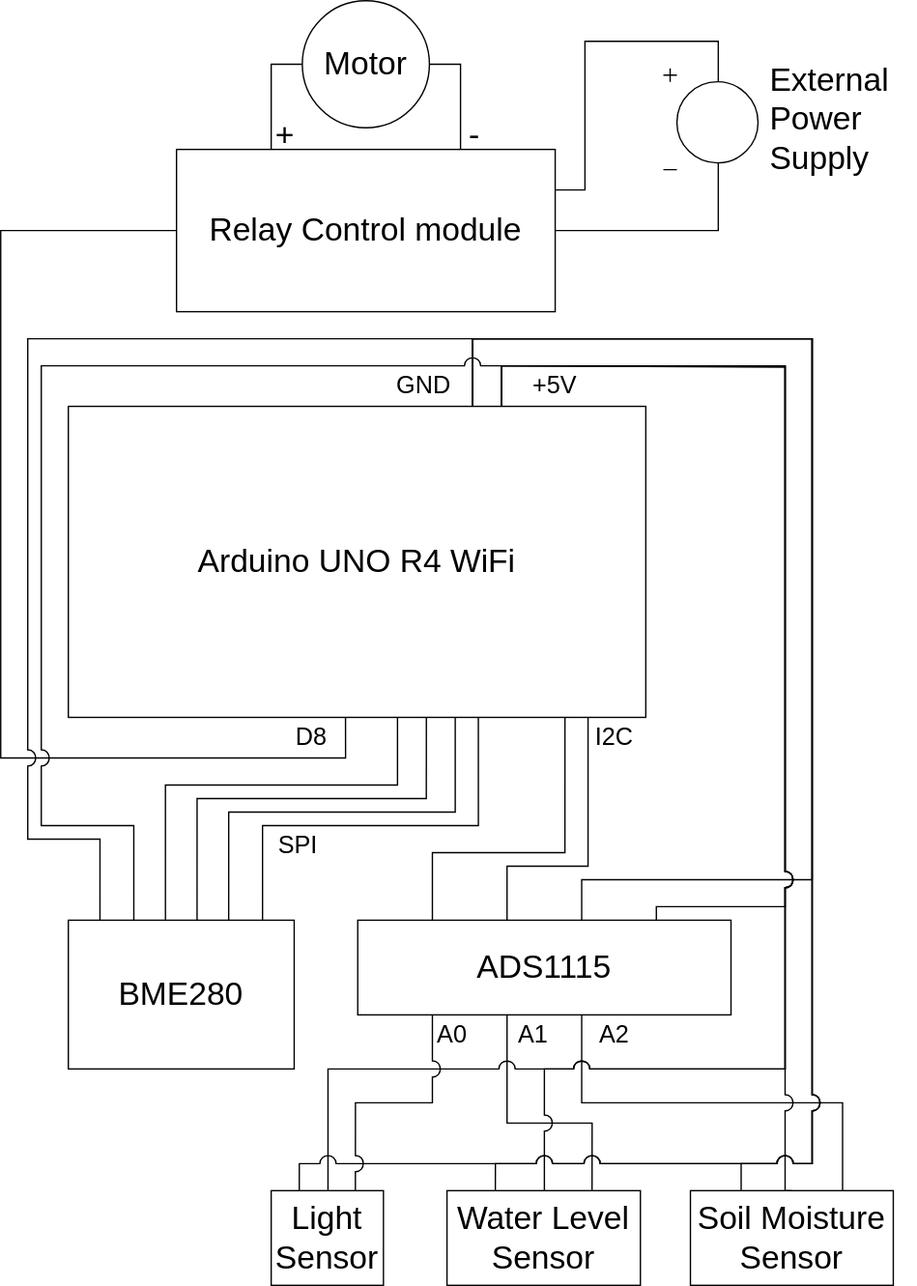
Above: edge_circuits.svg in AlbertYHsC/swps_edge (draw.io), before the change. Source tidied: cells renumbered, new cells last; positions are measured from the earlier drawing's top-left corner, leaving out a move shared by most shapes.
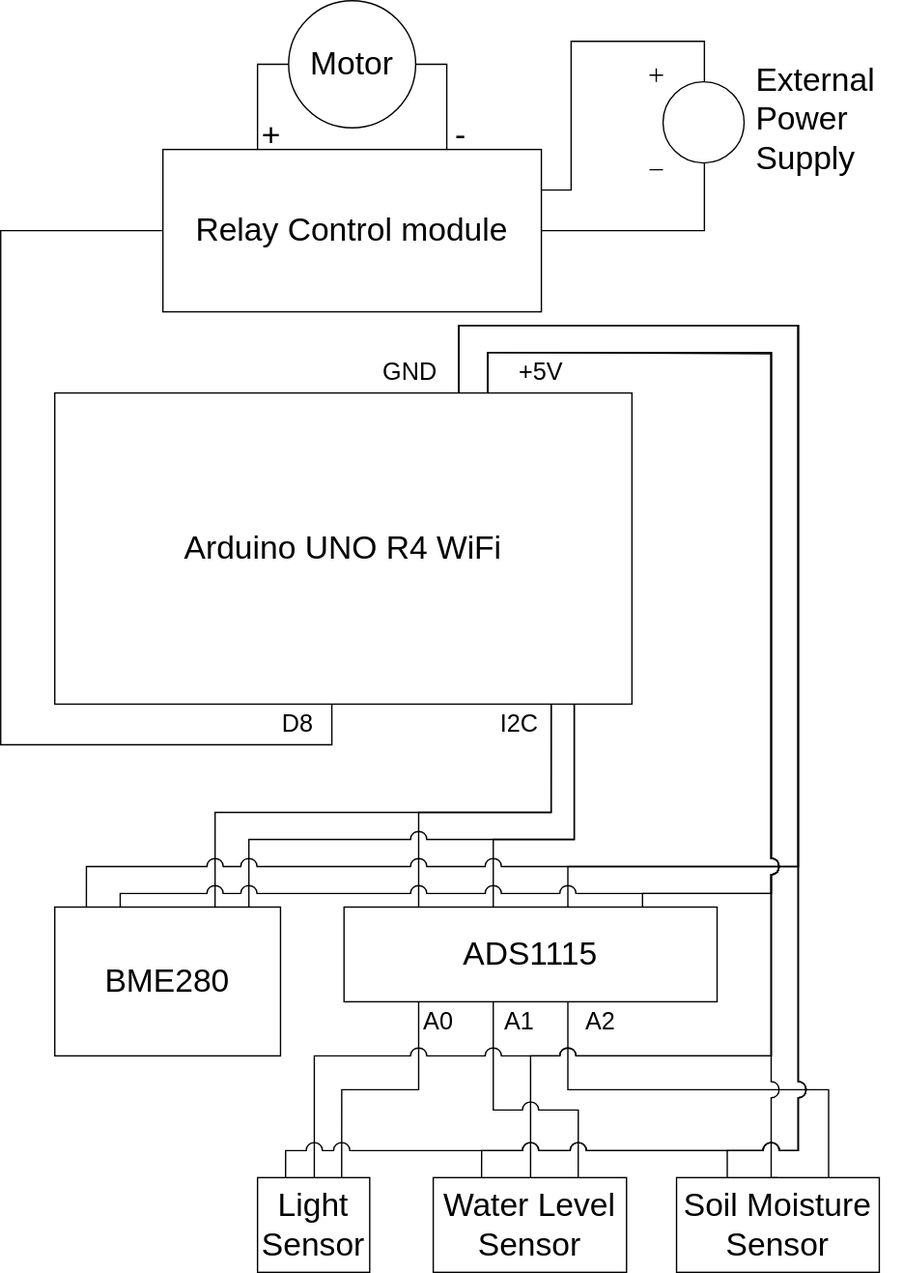
The same diagram one commit later.

What changed in the source:
```diff
@@ -2,14 +2,6 @@
   <root>
     <mxCell id="0" />
     <mxCell id="1" parent="0" />
-    <mxCell id="2" style="edgeStyle=orthogonalEdgeStyle;rounded=0;jettySize=auto;html=1;exitX=0.4;exitY=1;exitDx=0;exitDy=0;exitPerimeter=0;entryX=0.75;entryY=0;entryDx=0;entryDy=0;endArrow=none;endFill=0;jumpStyle=arc;jumpSize=12;" parent="1" edge="1" source="19" target="22">
-      <mxGeometry relative="1" as="geometry">
-        <Array as="points">
-          <mxPoint x="374" y="830" />
-          <mxPoint x="437" y="830" />
-        </Array>
-      </mxGeometry>
-    </mxCell>
     <mxCell id="3" style="edgeStyle=orthogonalEdgeStyle;rounded=0;jettySize=auto;html=1;entryX=0.75;entryY=0;entryDx=0;entryDy=0;endArrow=none;endFill=0;exitX=0.6;exitY=1;exitDx=0;exitDy=0;exitPerimeter=0;jumpStyle=arc;jumpSize=12;" parent="1" edge="1" source="19" target="21">
       <mxGeometry relative="1" as="geometry" />
     </mxCell>
@@ -17,8 +9,8 @@
       <mxGeometry relative="1" as="geometry">
         <Array as="points">
           <mxPoint x="255" y="560" />
-          <mxPoint y="560" />
-          <mxPoint y="170" />
+          <mxPoint x="10" y="560" />
+          <mxPoint x="10" y="180" />
         </Array>
       </mxGeometry>
     </mxCell>
@@ -42,6 +34,24 @@
         </Array>
       </mxGeometry>
     </mxCell>
+    <mxCell id="8" style="edgeStyle=orthogonalEdgeStyle;rounded=0;jettySize=auto;html=1;exitX=0.75;exitY=0;exitDx=0;exitDy=0;exitPerimeter=0;endArrow=none;endFill=0;jumpStyle=arc;jumpSize=12;" parent="1" edge="1" source="12" target="22">
+      <mxGeometry relative="1" as="geometry">
+        <Array as="points">
+          <mxPoint x="370" y="270" />
+          <mxPoint x="580" y="270" />
+          <mxPoint x="580" y="790" />
+          <mxPoint x="402" y="790" />
+        </Array>
+      </mxGeometry>
+    </mxCell>
+    <mxCell id="2" style="edgeStyle=orthogonalEdgeStyle;rounded=0;jettySize=auto;html=1;exitX=0.4;exitY=1;exitDx=0;exitDy=0;exitPerimeter=0;entryX=0.75;entryY=0;entryDx=0;entryDy=0;endArrow=none;endFill=0;jumpStyle=arc;jumpSize=12;" parent="1" edge="1" source="19" target="22">
+      <mxGeometry relative="1" as="geometry">
+        <Array as="points">
+          <mxPoint x="374" y="830" />
+          <mxPoint x="437" y="830" />
+        </Array>
+      </mxGeometry>
+    </mxCell>
     <mxCell id="7" style="edgeStyle=orthogonalEdgeStyle;rounded=0;jettySize=auto;html=1;exitX=0.7;exitY=0;exitDx=0;exitDy=0;exitPerimeter=0;entryX=0.25;entryY=0;entryDx=0;entryDy=0;jumpStyle=arc;jumpSize=12;endArrow=none;endFill=0;" parent="1" edge="1" source="12" target="21">
       <mxGeometry relative="1" as="geometry">
         <Array as="points">
@@ -52,16 +62,6 @@
         </Array>
       </mxGeometry>
     </mxCell>
-    <mxCell id="8" style="edgeStyle=orthogonalEdgeStyle;rounded=0;jettySize=auto;html=1;exitX=0.75;exitY=0;exitDx=0;exitDy=0;exitPerimeter=0;endArrow=none;endFill=0;jumpStyle=arc;jumpSize=12;" parent="1" edge="1" source="12" target="22">
-      <mxGeometry relative="1" as="geometry">
-        <Array as="points">
-          <mxPoint x="370" y="270" />
-          <mxPoint x="580" y="270" />
-          <mxPoint x="580" y="790" />
-          <mxPoint x="402" y="790" />
-        </Array>
-      </mxGeometry>
-    </mxCell>
     <mxCell id="9" style="edgeStyle=orthogonalEdgeStyle;rounded=0;jettySize=auto;html=1;exitX=0.7;exitY=0;exitDx=0;exitDy=0;exitPerimeter=0;entryX=0.25;entryY=0;entryDx=0;entryDy=0;jumpStyle=arc;endArrow=none;endFill=0;jumpSize=12;" parent="1" edge="1" source="12" target="22">
       <mxGeometry relative="1" as="geometry">
         <Array as="points">
@@ -72,6 +72,9 @@
         </Array>
       </mxGeometry>
     </mxCell>
+    <mxCell id="18" style="edgeStyle=orthogonalEdgeStyle;rounded=0;jettySize=auto;html=1;exitX=0.2;exitY=1;exitDx=0;exitDy=0;exitPerimeter=0;entryX=0.75;entryY=0;entryDx=0;entryDy=0;endArrow=none;endFill=0;jumpStyle=arc;jumpSize=12;" parent="1" edge="1" source="19" target="20">
+      <mxGeometry relative="1" as="geometry" />
+    </mxCell>
     <mxCell id="10" style="edgeStyle=orthogonalEdgeStyle;rounded=0;jettySize=auto;html=1;exitX=0.75;exitY=0;exitDx=0;exitDy=0;exitPerimeter=0;jumpStyle=arc;jumpSize=12;endArrow=none;endFill=0;" parent="1" edge="1" source="12" target="20">
       <mxGeometry relative="1" as="geometry">
         <Array as="points">
@@ -98,29 +101,42 @@
     <mxCell id="13" style="edgeStyle=orthogonalEdgeStyle;rounded=0;jettySize=auto;html=1;exitX=0.75;exitY=0;exitDx=0;exitDy=0;entryX=1;entryY=0.5;entryDx=0;entryDy=0;endArrow=none;endFill=0;" parent="1" edge="1" source="14" target="16">
       <mxGeometry relative="1" as="geometry">
         <Array as="points">
-          <mxPoint x="340" y="47" />
+          <mxPoint x="340" y="57" />
         </Array>
       </mxGeometry>
     </mxCell>
     <mxCell id="14" value="&lt;font style=&quot;font-size: 24px;&quot;&gt;Relay Control module&lt;/font&gt;" style="rounded=0;whiteSpace=wrap;html=1;" parent="1" vertex="1">
-      <mxGeometry x="130" y="110" width="280" height="120" as="geometry" />
+      <mxGeometry x="130" y="120" width="280" height="120" as="geometry" />
     </mxCell>
     <mxCell id="15" style="edgeStyle=orthogonalEdgeStyle;rounded=0;jettySize=auto;html=1;exitX=0;exitY=0.5;exitDx=0;exitDy=0;entryX=0.25;entryY=0;entryDx=0;entryDy=0;endArrow=none;endFill=0;" parent="1" edge="1" source="16" target="14">
       <mxGeometry relative="1" as="geometry">
         <Array as="points">
-          <mxPoint x="200" y="47" />
+          <mxPoint x="200" y="57" />
         </Array>
       </mxGeometry>
     </mxCell>
     <mxCell id="16" value="&lt;font style=&quot;font-size: 24px;&quot;&gt;Motor&lt;/font&gt;" style="ellipse;whiteSpace=wrap;html=1;" parent="1" vertex="1">
-      <mxGeometry x="223" width="94" height="94" as="geometry" />
+      <mxGeometry x="223" y="10" width="94" height="94" as="geometry" />
     </mxCell>
+    <mxCell id="29" style="edgeStyle=orthogonalEdgeStyle;rounded=0;jettySize=auto;html=1;exitX=0.86;exitY=1;exitDx=0;exitDy=0;exitPerimeter=0;entryX=0.2;entryY=0;entryDx=0;entryDy=0;entryPerimeter=0;endArrow=none;endFill=0;jumpStyle=arc;jumpSize=12;" parent="1" edge="1" source="12" target="19">
+      <mxGeometry relative="1" as="geometry">
+        <Array as="points">
+          <mxPoint x="417" y="610" />
+          <mxPoint x="319" y="610" />
+        </Array>
+      </mxGeometry>
+    </mxCell>
+    <mxCell id="46" style="edgeStyle=orthogonalEdgeStyle;rounded=0;jettySize=auto;html=1;exitX=0.86;exitY=0;exitDx=0;exitDy=0;exitPerimeter=0;entryX=0.9;entryY=1;entryDx=0;entryDy=0;entryPerimeter=0;endArrow=none;endFill=0;jumpStyle=arc;jumpSize=12;" parent="1" edge="1" source="17" target="12">
+      <mxGeometry relative="1" as="geometry">
+        <Array as="points">
+          <mxPoint x="194" y="630" />
+          <mxPoint x="434" y="630" />
+        </Array>
+      </mxGeometry>
+    </mxCell>
     <mxCell id="17" value="&lt;font style=&quot;font-size: 24px;&quot;&gt;BME280&lt;/font&gt;" style="rounded=0;whiteSpace=wrap;html=1;points=[[0,0,0,0,0],[0,0.25,0,0,0],[0,0.5,0,0,0],[0,0.75,0,0,0],[0,1,0,0,0],[0.14,0,0,0,0],[0.25,1,0,0,0],[0.29,0,0,0,0],[0.43,0,0,0,0],[0.5,1,0,0,0],[0.57,0,0,0,0],[0.71,0,0,0,0],[0.75,1,0,0,0],[0.86,0,0,0,0],[1,0,0,0,0],[1,0.25,0,0,0],[1,0.5,0,0,0],[1,0.75,0,0,0],[1,1,0,0,0]];" parent="1" vertex="1">
       <mxGeometry x="50" y="680" width="167" height="110" as="geometry" />
     </mxCell>
-    <mxCell id="18" style="edgeStyle=orthogonalEdgeStyle;rounded=0;jettySize=auto;html=1;exitX=0.2;exitY=1;exitDx=0;exitDy=0;exitPerimeter=0;entryX=0.75;entryY=0;entryDx=0;entryDy=0;endArrow=none;endFill=0;jumpStyle=arc;jumpSize=12;" parent="1" edge="1" source="19" target="20">
-      <mxGeometry relative="1" as="geometry" />
-    </mxCell>
     <mxCell id="19" value="&lt;font style=&quot;font-size: 24px;&quot;&gt;ADS1115&lt;/font&gt;" style="rounded=0;whiteSpace=wrap;html=1;points=[[0,0,0,0,0],[0,0.25,0,0,0],[0,0.5,0,0,0],[0,0.75,0,0,0],[0,1,0,0,0],[0.2,0,0,0,0],[0.2,1,0,0,0],[0.4,0,0,0,0],[0.4,1,0,0,0],[0.6,0,0,0,0],[0.6,1,0,0,0],[0.8,0,0,0,0],[0.8,1,0,0,0],[1,0,0,0,0],[1,0.25,0,0,0],[1,0.5,0,0,0],[1,0.75,0,0,0],[1,1,0,0,0]];" parent="1" vertex="1">
       <mxGeometry x="264" y="680" width="276" height="70" as="geometry" />
     </mxCell>
@@ -142,60 +158,17 @@
     <mxCell id="25" value="&lt;font style=&quot;font-size: 18px;&quot;&gt;A2&lt;/font&gt;" style="text;html=1;align=center;verticalAlign=middle;whiteSpace=wrap;rounded=0;" parent="1" vertex="1">
       <mxGeometry x="424" y="750" width="60" height="30" as="geometry" />
     </mxCell>
-    <mxCell id="26" value="&lt;font style=&quot;font-size: 18px;&quot;&gt;SPI&lt;/font&gt;" style="text;html=1;align=center;verticalAlign=middle;whiteSpace=wrap;rounded=0;" parent="1" vertex="1">
-      <mxGeometry x="190" y="610" width="60" height="30" as="geometry" />
-    </mxCell>
     <mxCell id="27" value="&lt;font style=&quot;font-size: 18px;&quot;&gt;I2C&lt;/font&gt;" style="text;html=1;align=center;verticalAlign=middle;whiteSpace=wrap;rounded=0;" parent="1" vertex="1">
-      <mxGeometry x="424" y="530" width="60" height="30" as="geometry" />
+      <mxGeometry x="364" y="530" width="60" height="30" as="geometry" />
     </mxCell>
     <mxCell id="28" style="edgeStyle=orthogonalEdgeStyle;rounded=0;jettySize=auto;html=1;exitX=0.9;exitY=1;exitDx=0;exitDy=0;exitPerimeter=0;entryX=0.4;entryY=0;entryDx=0;entryDy=0;entryPerimeter=0;endArrow=none;endFill=0;" parent="1" edge="1" source="12" target="19">
       <mxGeometry relative="1" as="geometry">
         <Array as="points">
-          <mxPoint x="434" y="640" />
-          <mxPoint x="374" y="640" />
+          <mxPoint x="434" y="630" />
+          <mxPoint x="374" y="630" />
         </Array>
       </mxGeometry>
     </mxCell>
-    <mxCell id="29" style="edgeStyle=orthogonalEdgeStyle;rounded=0;jettySize=auto;html=1;exitX=0.86;exitY=1;exitDx=0;exitDy=0;exitPerimeter=0;entryX=0.2;entryY=0;entryDx=0;entryDy=0;entryPerimeter=0;endArrow=none;endFill=0;" parent="1" edge="1" source="12" target="19">
-      <mxGeometry relative="1" as="geometry">
-        <Array as="points">
-          <mxPoint x="417" y="630" />
-          <mxPoint x="319" y="630" />
-        </Array>
-      </mxGeometry>
-    </mxCell>
-    <mxCell id="30" style="edgeStyle=orthogonalEdgeStyle;rounded=0;jettySize=auto;html=1;exitX=0.71;exitY=1;exitDx=0;exitDy=0;exitPerimeter=0;entryX=0.86;entryY=0;entryDx=0;entryDy=0;entryPerimeter=0;endArrow=none;endFill=0;" parent="1" edge="1" source="12" target="17">
-      <mxGeometry relative="1" as="geometry">
-        <Array as="points">
-          <mxPoint x="353" y="610" />
-          <mxPoint x="194" y="610" />
-        </Array>
-      </mxGeometry>
-    </mxCell>
-    <mxCell id="31" style="edgeStyle=orthogonalEdgeStyle;rounded=0;jettySize=auto;html=1;exitX=0.67;exitY=1;exitDx=0;exitDy=0;exitPerimeter=0;entryX=0.71;entryY=0;entryDx=0;entryDy=0;entryPerimeter=0;endArrow=none;endFill=0;" parent="1" edge="1" source="12" target="17">
-      <mxGeometry relative="1" as="geometry">
-        <Array as="points">
-          <mxPoint x="336" y="600" />
-          <mxPoint x="169" y="600" />
-        </Array>
-      </mxGeometry>
-    </mxCell>
-    <mxCell id="32" style="edgeStyle=orthogonalEdgeStyle;rounded=0;jettySize=auto;html=1;exitX=0.62;exitY=1;exitDx=0;exitDy=0;exitPerimeter=0;entryX=0.57;entryY=0;entryDx=0;entryDy=0;entryPerimeter=0;endArrow=none;endFill=0;" parent="1" edge="1" source="12" target="17">
-      <mxGeometry relative="1" as="geometry">
-        <Array as="points">
-          <mxPoint x="315" y="590" />
-          <mxPoint x="145" y="590" />
-        </Array>
-      </mxGeometry>
-    </mxCell>
-    <mxCell id="33" style="edgeStyle=orthogonalEdgeStyle;rounded=0;jettySize=auto;html=1;exitX=0.57;exitY=1;exitDx=0;exitDy=0;exitPerimeter=0;entryX=0.43;entryY=0;entryDx=0;entryDy=0;entryPerimeter=0;endArrow=none;endFill=0;" parent="1" edge="1" source="12" target="17">
-      <mxGeometry relative="1" as="geometry">
-        <Array as="points">
-          <mxPoint x="293" y="580" />
-          <mxPoint x="122" y="580" />
-        </Array>
-      </mxGeometry>
-    </mxCell>
     <mxCell id="34" value="&lt;font style=&quot;font-size: 18px;&quot;&gt;D8&lt;/font&gt;" style="text;html=1;align=center;verticalAlign=middle;whiteSpace=wrap;rounded=0;" parent="1" vertex="1">
       <mxGeometry x="200" y="530" width="60" height="30" as="geometry" />
     </mxCell>
@@ -218,50 +191,58 @@
     <mxCell id="38" style="edgeStyle=orthogonalEdgeStyle;rounded=0;jettySize=auto;html=1;exitX=0.58;exitY=0.135;exitDx=0;exitDy=0;exitPerimeter=0;entryX=1;entryY=0.25;entryDx=0;entryDy=0;endArrow=none;endFill=0;" parent="1" edge="1" source="39" target="14">
       <mxGeometry relative="1" as="geometry">
         <Array as="points">
-          <mxPoint x="531" y="30" />
-          <mxPoint x="432" y="30" />
-          <mxPoint x="432" y="140" />
+          <mxPoint x="531" y="40" />
+          <mxPoint x="432" y="40" />
+          <mxPoint x="432" y="150" />
         </Array>
       </mxGeometry>
     </mxCell>
     <mxCell id="39" style="verticalLabelPosition=bottom;shadow=0;dashed=0;align=center;html=1;verticalAlign=top;shape=mxgraph.electrical.signal_sources.dc_source_1;" parent="1" vertex="1">
-      <mxGeometry x="490" y="50" width="70" height="75" as="geometry" />
+      <mxGeometry x="490" y="60" width="70" height="75" as="geometry" />
     </mxCell>
     <mxCell id="40" style="edgeStyle=orthogonalEdgeStyle;rounded=0;jettySize=auto;html=1;exitX=1;exitY=0.5;exitDx=0;exitDy=0;entryX=0.58;entryY=0.935;entryDx=0;entryDy=0;entryPerimeter=0;endArrow=none;endFill=0;" parent="1" edge="1" source="14" target="39">
       <mxGeometry relative="1" as="geometry">
         <Array as="points">
-          <mxPoint x="531" y="170" />
+          <mxPoint x="531" y="180" />
         </Array>
       </mxGeometry>
     </mxCell>
     <mxCell id="41" value="&lt;font style=&quot;font-size: 24px;&quot;&gt;External&lt;/font&gt;&lt;div style=&quot;font-size: 24px;&quot;&gt;&lt;font style=&quot;font-size: 24px;&quot;&gt;Power&lt;/font&gt;&lt;/div&gt;&lt;div style=&quot;font-size: 24px;&quot;&gt;&lt;font style=&quot;font-size: 24px;&quot;&gt;Supply&lt;/font&gt;&lt;/div&gt;" style="text;html=1;align=left;verticalAlign=middle;strokeColor=none;fillColor=none;" parent="1" vertex="1">
-      <mxGeometry x="567" y="37.5" width="110" height="100" as="geometry" />
+      <mxGeometry x="567" y="47.5" width="110" height="100" as="geometry" />
     </mxCell>
     <mxCell id="42" value="&lt;font style=&quot;font-size: 24px;&quot;&gt;+&lt;/font&gt;" style="text;html=1;align=center;verticalAlign=middle;strokeColor=none;fillColor=none;" parent="1" vertex="1">
-      <mxGeometry x="190" y="80" width="40" height="40" as="geometry" />
+      <mxGeometry x="190" y="90" width="40" height="40" as="geometry" />
     </mxCell>
     <mxCell id="43" value="&lt;font style=&quot;font-size: 24px;&quot;&gt;-&lt;/font&gt;" style="text;html=1;align=center;verticalAlign=middle;strokeColor=none;fillColor=none;" parent="1" vertex="1">
-      <mxGeometry x="335" y="80" width="30" height="40" as="geometry" />
+      <mxGeometry x="335" y="90" width="30" height="40" as="geometry" />
     </mxCell>
-    <mxCell id="44" style="edgeStyle=orthogonalEdgeStyle;rounded=0;jettySize=auto;html=1;exitX=0.7;exitY=0;exitDx=0;exitDy=0;exitPerimeter=0;entryX=0.14;entryY=0;entryDx=0;entryDy=0;entryPerimeter=0;endArrow=none;endFill=0;jumpStyle=arc;jumpSize=12;" parent="1" edge="1" source="12" target="17">
-      <mxGeometry relative="1" as="geometry">
-        <Array as="points">
-          <mxPoint x="349" y="250" />
-          <mxPoint x="20" y="250" />
-          <mxPoint x="20" y="620" />
-          <mxPoint x="73" y="620" />
-        </Array>
-      </mxGeometry>
-    </mxCell>
-    <mxCell id="45" style="edgeStyle=orthogonalEdgeStyle;rounded=0;jettySize=auto;html=1;exitX=0.75;exitY=0;exitDx=0;exitDy=0;exitPerimeter=0;entryX=0.29;entryY=0;entryDx=0;entryDy=0;entryPerimeter=0;endArrow=none;endFill=0;jumpStyle=arc;jumpSize=12;" parent="1" edge="1" source="12" target="17">
-      <mxGeometry relative="1" as="geometry">
-        <Array as="points">
-          <mxPoint x="370" y="270" />
-          <mxPoint x="30" y="270" />
-          <mxPoint x="30" y="610" />
-          <mxPoint x="98" y="610" />
-        </Array>
-      </mxGeometry>
-    </mxCell>
+    <mxCell id="47" style="edgeStyle=orthogonalEdgeStyle;rounded=0;jettySize=auto;html=1;exitX=0.71;exitY=0;exitDx=0;exitDy=0;exitPerimeter=0;entryX=0.86;entryY=1;entryDx=0;entryDy=0;entryPerimeter=0;endArrow=none;endFill=0;jumpStyle=arc;jumpSize=12;" parent="1" edge="1" source="17" target="12">
+      <mxGeometry relative="1" as="geometry">
+        <Array as="points">
+          <mxPoint x="169" y="610" />
+          <mxPoint x="417" y="610" />
+        </Array>
+      </mxGeometry>
+    </mxCell>
+    <mxCell id="48" style="edgeStyle=orthogonalEdgeStyle;rounded=0;jettySize=auto;html=1;exitX=0.7;exitY=0;exitDx=0;exitDy=0;exitPerimeter=0;entryX=0.14;entryY=0;entryDx=0;entryDy=0;entryPerimeter=0;endArrow=none;endFill=0;jumpStyle=arc;jumpSize=12;" parent="1" edge="1" source="12" target="17">
+      <mxGeometry relative="1" as="geometry">
+        <Array as="points">
+          <mxPoint x="349" y="250" />
+          <mxPoint x="600" y="250" />
+          <mxPoint x="600" y="650" />
+          <mxPoint x="73" y="650" />
+        </Array>
+      </mxGeometry>
+    </mxCell>
+    <mxCell id="49" style="edgeStyle=orthogonalEdgeStyle;rounded=0;jettySize=auto;html=1;exitX=0.75;exitY=0;exitDx=0;exitDy=0;exitPerimeter=0;entryX=0.29;entryY=0;entryDx=0;entryDy=0;entryPerimeter=0;endArrow=none;endFill=0;jumpStyle=arc;jumpSize=12;" parent="1" edge="1" source="12" target="17">
+      <mxGeometry relative="1" as="geometry">
+        <Array as="points">
+          <mxPoint x="370" y="270" />
+          <mxPoint x="580" y="270" />
+          <mxPoint x="580" y="670" />
+          <mxPoint x="98" y="670" />
+        </Array>
+      </mxGeometry>
+    </mxCell>
   </root>
 </mxGraphModel>
```
